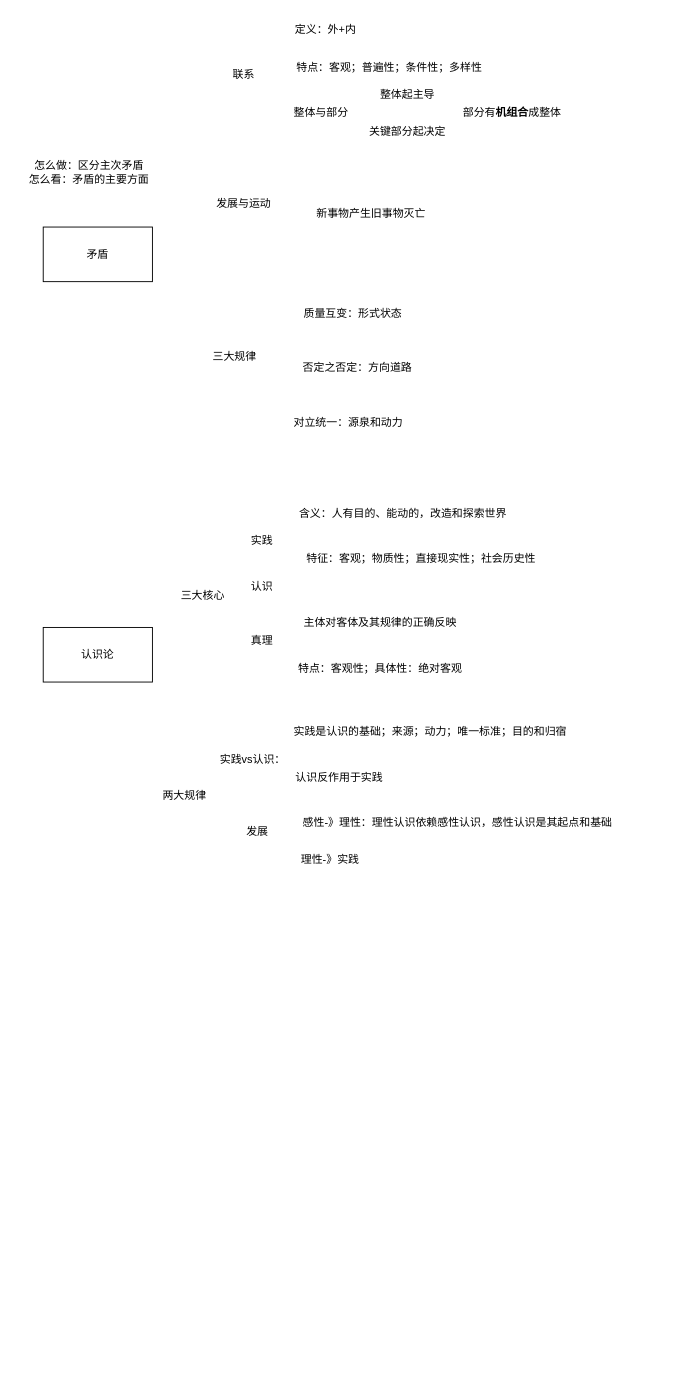
Above: 公积.drawio in cguank/- (draw.io), before the change. Source tidied: cells renumbered, new cells numbered last; positions are measured from the earlier drawing's top-left corner, leaving out a move shared by most shapes. Both pictures are drawn from the tidied source at 91%, with x=0, y=0 at pixel (15, 15).
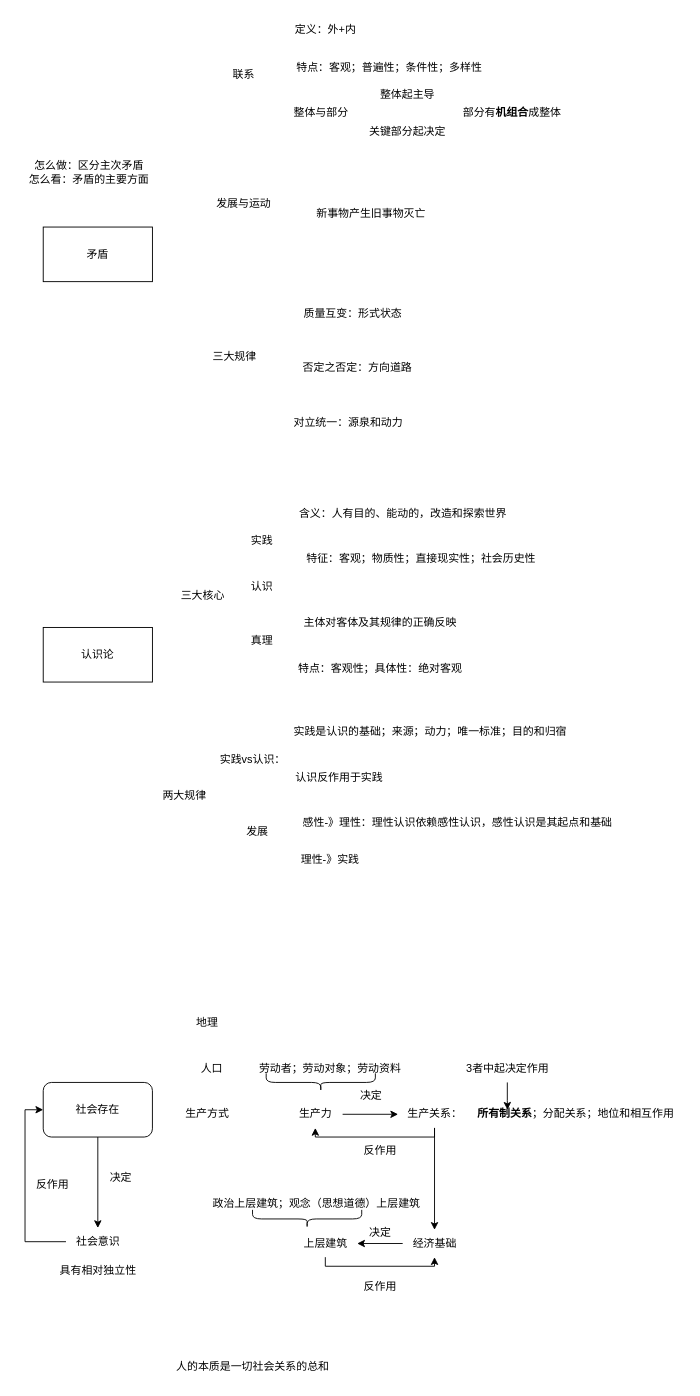
The same diagram, later.

Diff of the diagram source:
```diff
@@
+    <mxCell id="33" style="edgeStyle=orthogonalEdgeStyle;rounded=0;jettySize=auto;html=1;" parent="1" edge="1" source="34" target="59">
+      <mxGeometry relative="1" as="geometry" />
+    </mxCell>
+    <mxCell id="34" value="社会存在" style="rounded=1;whiteSpace=wrap;html=1;" parent="1" vertex="1">
+      <mxGeometry x="30" y="1172" width="120" height="60" as="geometry" />
+    </mxCell>
+    <mxCell id="35" value="地理" style="text;html=1;align=center;verticalAlign=middle;strokeColor=none;fillColor=none;" parent="1" vertex="1">
+      <mxGeometry x="185" y="1092" width="50" height="30" as="geometry" />
+    </mxCell>
+    <mxCell id="36" value="人口" style="text;html=1;align=center;verticalAlign=middle;strokeColor=none;fillColor=none;" parent="1" vertex="1">
+      <mxGeometry x="190" y="1142" width="50" height="30" as="geometry" />
+    </mxCell>
+    <mxCell id="37" value="生产方式" style="text;html=1;align=center;verticalAlign=middle;strokeColor=none;fillColor=none;" parent="1" vertex="1">
+      <mxGeometry x="175" y="1192" width="70" height="30" as="geometry" />
+    </mxCell>
+    <mxCell id="38" style="edgeStyle=orthogonalEdgeStyle;rounded=0;jettySize=auto;html=1;" parent="1" edge="1" source="39" target="41">
+      <mxGeometry relative="1" as="geometry" />
+    </mxCell>
+    <mxCell id="39" value="生产力" style="text;html=1;align=center;verticalAlign=middle;points=[];strokeColor=none;fillColor=none;" parent="1" vertex="1">
+      <mxGeometry x="299" y="1192" width="60" height="30" as="geometry" />
+    </mxCell>
+    <mxCell id="40" style="edgeStyle=orthogonalEdgeStyle;rounded=0;jettySize=auto;html=1;" parent="1" edge="1" source="41" target="51">
+      <mxGeometry relative="1" as="geometry" />
+    </mxCell>
+    <mxCell id="41" value="生产关系：" style="text;html=1;align=center;verticalAlign=middle;points=[];strokeColor=none;fillColor=none;" parent="1" vertex="1">
+      <mxGeometry x="420" y="1192" width="80" height="30" as="geometry" />
+    </mxCell>
+    <mxCell id="42" value="决定" style="text;html=1;align=center;verticalAlign=middle;strokeColor=none;fillColor=none;" parent="1" vertex="1">
+      <mxGeometry x="365" y="1172" width="50" height="30" as="geometry" />
+    </mxCell>
+    <mxCell id="43" style="edgeStyle=orthogonalEdgeStyle;rounded=0;jettySize=auto;html=1;" parent="1" edge="1" source="41" target="39">
+      <mxGeometry relative="1" as="geometry">
+        <Array as="points">
+          <mxPoint x="460" y="1232" />
+          <mxPoint x="329" y="1232" />
+        </Array>
+      </mxGeometry>
+    </mxCell>
+    <mxCell id="44" value="反作用" style="text;html=1;align=center;verticalAlign=middle;strokeColor=none;fillColor=none;" parent="1" vertex="1">
+      <mxGeometry x="370" y="1232" width="60" height="30" as="geometry" />
+    </mxCell>
+    <mxCell id="45" value="劳动者；劳动对象；劳动资料" style="text;html=1;align=center;verticalAlign=middle;strokeColor=none;fillColor=none;" parent="1" vertex="1">
+      <mxGeometry x="255" y="1142" width="180" height="30" as="geometry" />
+    </mxCell>
+    <mxCell id="46" style="shape=curlyBracket;whiteSpace=wrap;html=1;rounded=1;labelPosition=left;verticalLabelPosition=middle;align=right;verticalAlign=middle;rotation=-90;" parent="1" vertex="1">
+      <mxGeometry x="325" y="1112" width="20" height="120" as="geometry" />
+    </mxCell>
+    <mxCell id="47" value="&lt;b&gt;所有制关系&lt;/b&gt;；分配关系；地位和相互作用" style="text;html=1;align=center;verticalAlign=middle;points=[];strokeColor=none;fillColor=none;" parent="1" vertex="1">
+      <mxGeometry x="495" y="1192" width="240" height="30" as="geometry" />
+    </mxCell>
+    <mxCell id="48" value="3者中起决定作用" style="text;html=1;align=center;verticalAlign=middle;points=[];strokeColor=none;fillColor=none;" parent="1" vertex="1">
+      <mxGeometry x="485" y="1142" width="110" height="30" as="geometry" />
+    </mxCell>
+    <mxCell id="49" style="edgeStyle=orthogonalEdgeStyle;rounded=0;jettySize=auto;html=1;entryX=0.188;entryY=0.333;entryDx=0;entryDy=0;entryPerimeter=0;" parent="1" edge="1" source="48" target="47">
+      <mxGeometry relative="1" as="geometry" />
+    </mxCell>
+    <mxCell id="50" style="edgeStyle=orthogonalEdgeStyle;rounded=0;jettySize=auto;html=1;" parent="1" edge="1" source="51" target="53">
+      <mxGeometry relative="1" as="geometry" />
+    </mxCell>
+    <mxCell id="51" value="经济基础" style="text;html=1;align=center;verticalAlign=middle;points=[];strokeColor=none;fillColor=none;" parent="1" vertex="1">
+      <mxGeometry x="425" y="1334" width="70" height="30" as="geometry" />
+    </mxCell>
+    <mxCell id="52" style="edgeStyle=orthogonalEdgeStyle;rounded=0;jettySize=auto;html=1;" parent="1" edge="1" source="53" target="51">
+      <mxGeometry relative="1" as="geometry">
+        <Array as="points">
+          <mxPoint x="340" y="1374" />
+          <mxPoint x="460" y="1374" />
+        </Array>
+      </mxGeometry>
+    </mxCell>
+    <mxCell id="53" value="上层建筑" style="text;html=1;align=center;verticalAlign=middle;points=[];strokeColor=none;fillColor=none;" parent="1" vertex="1">
+      <mxGeometry x="305" y="1334" width="70" height="30" as="geometry" />
+    </mxCell>
+    <mxCell id="54" value="决定" style="text;html=1;align=center;verticalAlign=middle;strokeColor=none;fillColor=none;" parent="1" vertex="1">
+      <mxGeometry x="375" y="1322" width="50" height="30" as="geometry" />
+    </mxCell>
+    <mxCell id="55" value="反作用" style="text;html=1;align=center;verticalAlign=middle;strokeColor=none;fillColor=none;" parent="1" vertex="1">
+      <mxGeometry x="370" y="1382" width="60" height="30" as="geometry" />
+    </mxCell>
+    <mxCell id="56" value="政治上层建筑；观念（思想道德）上层建筑" style="text;html=1;align=center;verticalAlign=middle;strokeColor=none;fillColor=none;" parent="1" vertex="1">
+      <mxGeometry x="205" y="1290" width="250" height="30" as="geometry" />
+    </mxCell>
+    <mxCell id="57" style="shape=curlyBracket;whiteSpace=wrap;html=1;rounded=1;flipH=1;labelPosition=right;verticalLabelPosition=middle;align=left;verticalAlign=middle;rotation=90;" parent="1" vertex="1">
+      <mxGeometry x="310" y="1262" width="20" height="120" as="geometry" />
+    </mxCell>
+    <mxCell id="58" style="edgeStyle=orthogonalEdgeStyle;rounded=0;jettySize=auto;html=1;entryX=0;entryY=0.5;entryDx=0;entryDy=0;" parent="1" edge="1" source="59" target="34">
+      <mxGeometry relative="1" as="geometry">
+        <Array as="points">
+          <mxPoint x="10" y="1347" />
+          <mxPoint x="10" y="1202" />
+        </Array>
+      </mxGeometry>
+    </mxCell>
+    <mxCell id="59" value="社会意识" style="text;html=1;align=center;verticalAlign=middle;points=[];strokeColor=none;fillColor=none;" parent="1" vertex="1">
+      <mxGeometry x="55" y="1332" width="70" height="30" as="geometry" />
+    </mxCell>
+    <mxCell id="60" value="决定" style="text;html=1;align=center;verticalAlign=middle;strokeColor=none;fillColor=none;" parent="1" vertex="1">
+      <mxGeometry x="90" y="1262" width="50" height="30" as="geometry" />
+    </mxCell>
+    <mxCell id="61" value="反作用" style="text;html=1;align=center;verticalAlign=middle;strokeColor=none;fillColor=none;" parent="1" vertex="1">
+      <mxGeometry x="10" y="1270" width="60" height="30" as="geometry" />
+    </mxCell>
+    <mxCell id="62" value="具有相对独立性" style="text;html=1;align=center;verticalAlign=middle;strokeColor=none;fillColor=none;" parent="1" vertex="1">
+      <mxGeometry x="35" y="1364" width="110" height="30" as="geometry" />
+    </mxCell>
+    <mxCell id="63" value="人的本质是一切社会关系的总和" style="text;html=1;align=center;verticalAlign=middle;strokeColor=none;fillColor=none;" parent="1" vertex="1">
+      <mxGeometry x="165" y="1470" width="190" height="30" as="geometry" />
+    </mxCell>
```
